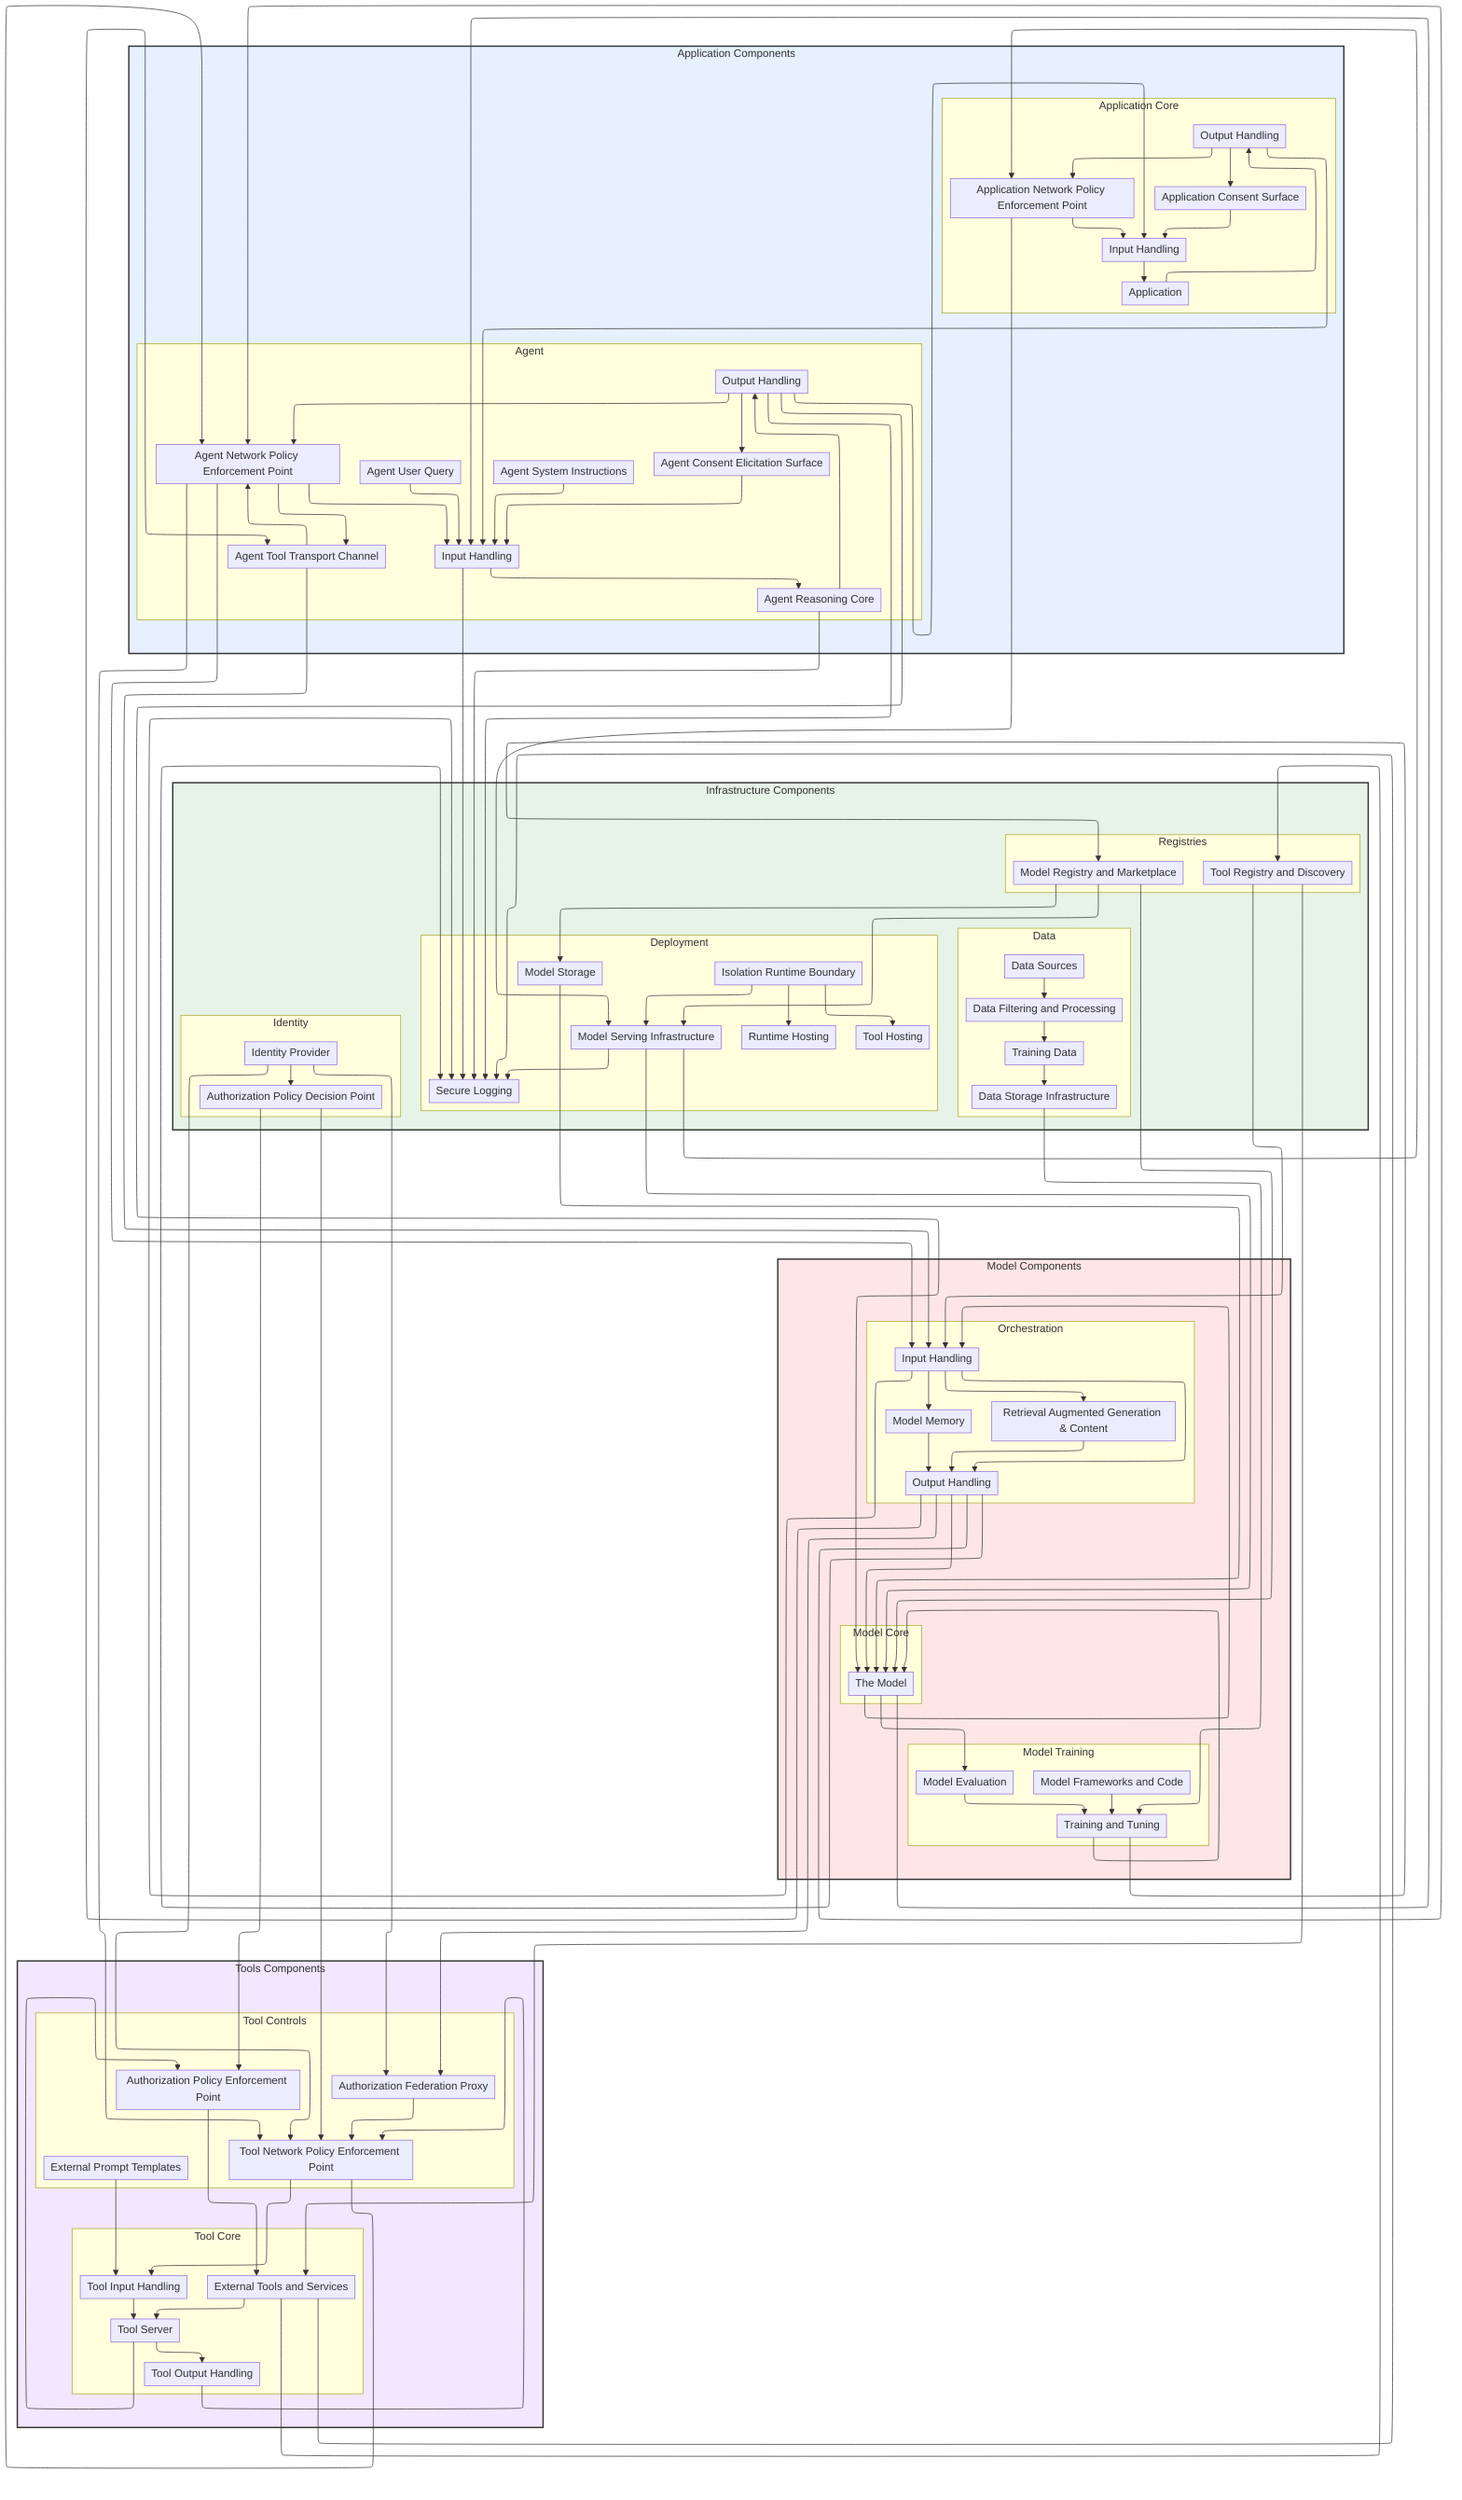
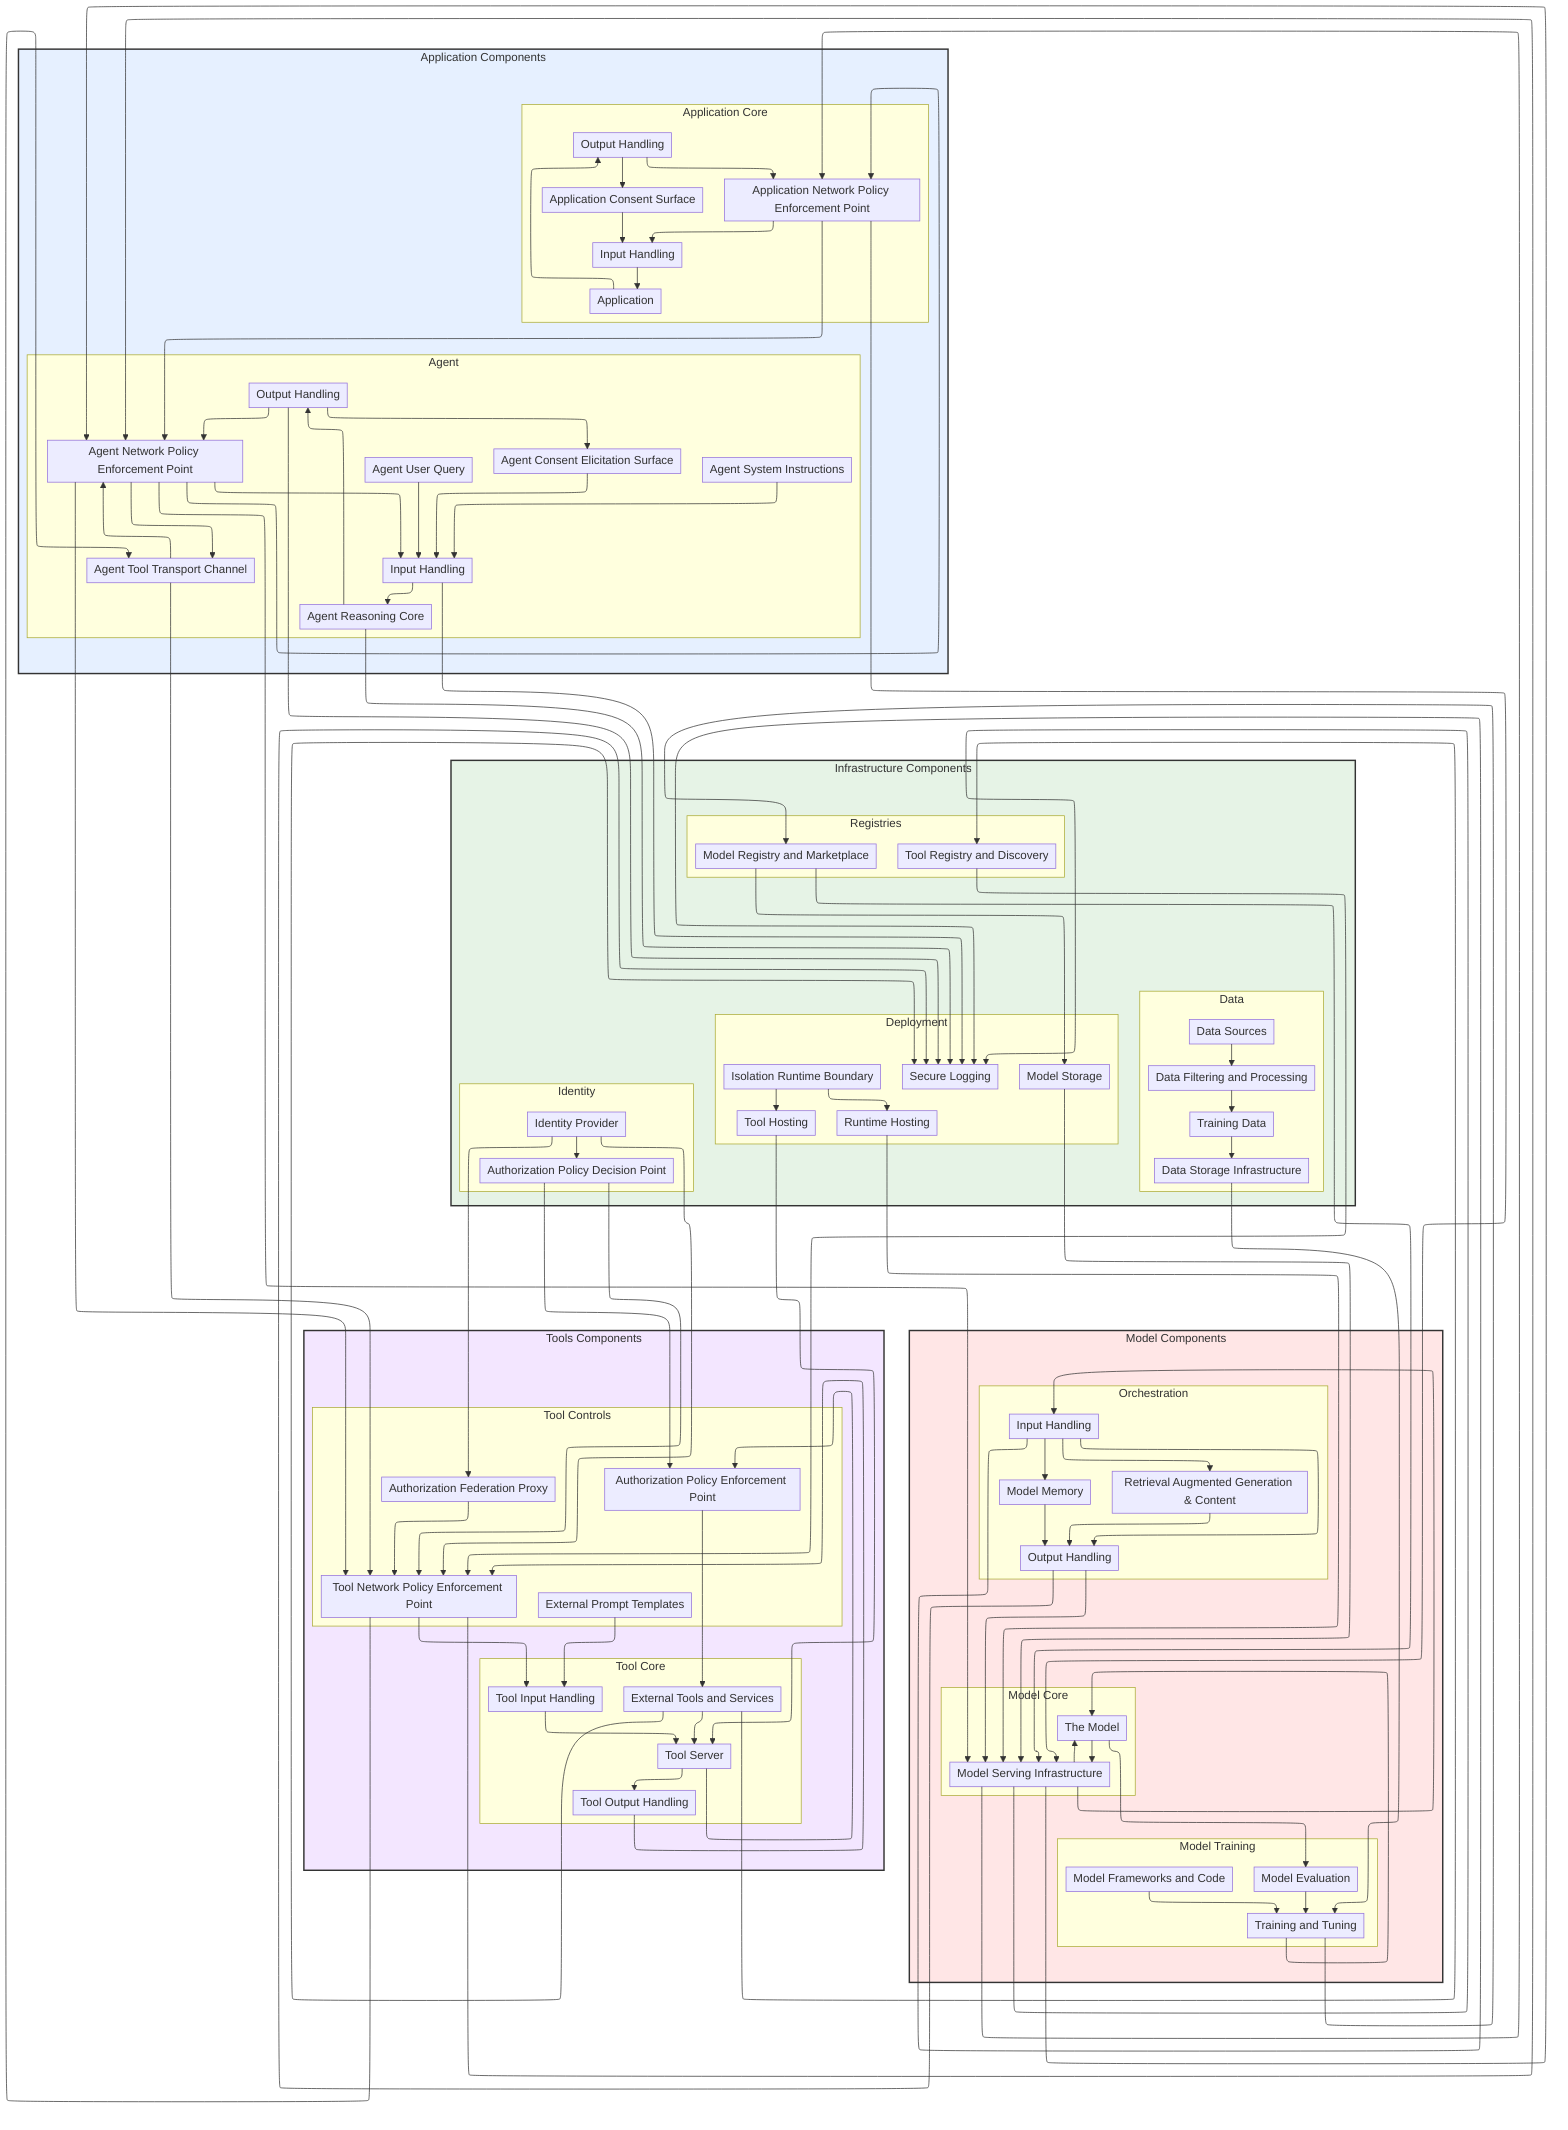
---
config:
  layout: elk
  elk:
    mergeEdges: False
    nodePlacementStrategy: BRANDES_KOEPF
---

graph TD
   %%{init: {'flowchart': {'nodeSpacing': 25, 'rankSpacing': 30, 'padding': 5, 'wrappingWidth': 250}}}%%
    classDef hidden display: none;
    classDef allControl stroke:#4285f4,stroke-width:2px,stroke-dasharray: 5 5

    subgraph componentsInfrastructure ["Infrastructure Components"]
        subgraph componentsData ["Data"]
            componentDataFilteringAndProcessing[Data Filtering and Processing]
            componentDataSources[Data Sources]
            componentDataStorage[Data Storage Infrastructure]
            componentTrainingData[Training Data]
        end
        subgraph componentsDeployment ["Deployment"]
            componentIsolationRuntime[Isolation Runtime Boundary]
-             componentModelServing[Model Serving Infrastructure]
            componentModelStorage[Model Storage]
            componentRuntimeHosting[Runtime Hosting]
            componentSecureLogging[Secure Logging]
            componentToolHosting[Tool Hosting]
        end
        subgraph componentsRegistries ["Registries"]
            componentModelRegistry[Model Registry and Marketplace]
            componentToolRegistry[Tool Registry and Discovery]
        end
        subgraph componentsIdentity ["Identity"]
            componentAuthorizationPolicyDecisionPoint[Authorization Policy Decision Point]
            componentIdentityProvider[Identity Provider]
        end
    end

    subgraph componentsModel ["Model Components"]
        subgraph componentsModelTraining ["Model Training"]
            componentModelEvaluation[Model Evaluation]
            componentModelFrameworksAndCode[Model Frameworks and Code]
            componentModelTrainingTuning[Training and Tuning]
        end
        subgraph componentsModelCore ["Model Core"]
+             componentModelServing[Model Serving Infrastructure]
            componentTheModel[The Model]
        end
        subgraph componentsOrchestration ["Orchestration"]
            componentMemory[Model Memory]
            componentOrchestrationInputHandling[Input Handling]
            componentOrchestrationOutputHandling[Output Handling]
            componentRAGContent[Retrieval Augmented Generation & Content]
        end
    end

    subgraph componentsApplication ["Application Components"]
        subgraph componentsApplicationCore ["Application Core"]
            componentApplication[Application]
            componentApplicationConsentSurface[Application Consent Surface]
            componentApplicationInputHandling[Input Handling]
            componentApplicationNetworkPolicyEnforcementPoint[Application Network Policy Enforcement Point]
            componentApplicationOutputHandling[Output Handling]
        end
        subgraph componentsAgent ["Agent"]
            componentAgentConsentSurface[Agent Consent Elicitation Surface]
            componentAgentInputHandling[Input Handling]
            componentAgentNetworkPolicyEnforcementPoint[Agent Network Policy Enforcement Point]
            componentAgentOutputHandling[Output Handling]
            componentAgentSystemInstruction[Agent System Instructions]
            componentAgentToolTransport[Agent Tool Transport Channel]
            componentAgentUserQuery[Agent User Query]
            componentReasoningCore[Agent Reasoning Core]
        end
    end

    subgraph componentsTools ["Tools Components"]
        subgraph componentsToolCore ["Tool Core"]
            componentToolInputHandling[Tool Input Handling]
            componentToolOutputHandling[Tool Output Handling]
            componentToolServer[Tool Server]
            componentTools[External Tools and Services]
        end
        subgraph componentsToolControls ["Tool Controls"]
            componentAuthorizationPolicyEnforcementPoint[Authorization Policy Enforcement Point]
            componentExternalPromptTemplate[External Prompt Templates]
            componentFederationProxy[Authorization Federation Proxy]
            componentToolNetworkPolicyEnforcementPoint[Tool Network Policy Enforcement Point]
        end
    end


    componentDataSources --> componentDataFilteringAndProcessing
    componentDataFilteringAndProcessing --> componentTrainingData
    componentTrainingData --> componentDataStorage
    componentDataStorage --> componentModelTrainingTuning
    componentModelFrameworksAndCode --> componentModelTrainingTuning
    componentModelEvaluation --> componentModelTrainingTuning
    componentModelTrainingTuning --> componentTheModel
    componentModelTrainingTuning --> componentModelRegistry
-     componentModelStorage --> componentTheModel
+     componentModelStorage --> componentModelServing
    componentModelServing --> componentTheModel
    componentModelServing --> componentSecureLogging
    componentModelServing --> componentApplicationNetworkPolicyEnforcementPoint
+     componentModelServing --> componentAgentNetworkPolicyEnforcementPoint
+     componentModelServing --> componentOrchestrationInputHandling
    componentModelRegistry --> componentModelServing
-     componentModelRegistry --> componentTheModel
    componentModelRegistry --> componentModelStorage
    componentTheModel --> componentModelEvaluation
-     componentTheModel --> componentAgentInputHandling
-     componentTheModel --> componentOrchestrationInputHandling
+     componentTheModel --> componentModelServing
    componentApplication --> componentApplicationOutputHandling
    componentApplicationOutputHandling --> componentApplicationNetworkPolicyEnforcementPoint
    componentApplicationOutputHandling --> componentApplicationConsentSurface
-     componentApplicationOutputHandling --> componentAgentInputHandling
    componentApplicationInputHandling --> componentApplication
    componentReasoningCore --> componentAgentOutputHandling
    componentReasoningCore --> componentSecureLogging
-     componentOrchestrationOutputHandling --> componentTheModel
    componentOrchestrationOutputHandling --> componentSecureLogging
-     componentOrchestrationOutputHandling --> componentAgentNetworkPolicyEnforcementPoint
-     componentOrchestrationOutputHandling --> componentAgentToolTransport
-     componentOrchestrationOutputHandling --> componentFederationProxy
+     componentOrchestrationOutputHandling --> componentModelServing
    componentOrchestrationInputHandling --> componentMemory
    componentOrchestrationInputHandling --> componentRAGContent
    componentOrchestrationInputHandling --> componentSecureLogging
    componentOrchestrationInputHandling --> componentOrchestrationOutputHandling
    componentTools --> componentToolServer
    componentTools --> componentToolRegistry
    componentTools --> componentSecureLogging
-     componentToolRegistry --> componentOrchestrationInputHandling
-     componentToolRegistry --> componentTools
+     componentToolRegistry --> componentToolNetworkPolicyEnforcementPoint
    componentMemory --> componentOrchestrationOutputHandling
    componentRAGContent --> componentOrchestrationOutputHandling
    componentAgentUserQuery --> componentAgentInputHandling
    componentAgentSystemInstruction --> componentAgentInputHandling
    componentAgentInputHandling --> componentReasoningCore
    componentAgentInputHandling --> componentSecureLogging
-     componentAgentOutputHandling --> componentApplicationInputHandling
-     componentAgentOutputHandling --> componentTheModel
    componentAgentOutputHandling --> componentAgentConsentSurface
    componentAgentOutputHandling --> componentAgentNetworkPolicyEnforcementPoint
    componentAgentOutputHandling --> componentSecureLogging
    componentIdentityProvider --> componentAuthorizationPolicyDecisionPoint
    componentIdentityProvider --> componentFederationProxy
    componentIdentityProvider --> componentToolNetworkPolicyEnforcementPoint
    componentAuthorizationPolicyDecisionPoint --> componentAuthorizationPolicyEnforcementPoint
    componentAuthorizationPolicyDecisionPoint --> componentToolNetworkPolicyEnforcementPoint
    componentExternalPromptTemplate --> componentToolInputHandling
    componentAgentConsentSurface --> componentAgentInputHandling
-     componentIsolationRuntime --> componentModelServing
    componentIsolationRuntime --> componentToolHosting
    componentIsolationRuntime --> componentRuntimeHosting
    componentToolServer --> componentToolOutputHandling
    componentToolServer --> componentAuthorizationPolicyEnforcementPoint
    componentAgentToolTransport --> componentAgentNetworkPolicyEnforcementPoint
-     componentAgentToolTransport --> componentOrchestrationInputHandling
+     componentAgentToolTransport --> componentToolNetworkPolicyEnforcementPoint
    componentFederationProxy --> componentToolNetworkPolicyEnforcementPoint
    componentAgentNetworkPolicyEnforcementPoint --> componentAgentInputHandling
-     componentAgentNetworkPolicyEnforcementPoint --> componentOrchestrationInputHandling
    componentAgentNetworkPolicyEnforcementPoint --> componentToolNetworkPolicyEnforcementPoint
    componentAgentNetworkPolicyEnforcementPoint --> componentAgentToolTransport
+     componentAgentNetworkPolicyEnforcementPoint --> componentModelServing
+     componentAgentNetworkPolicyEnforcementPoint --> componentApplicationNetworkPolicyEnforcementPoint
    componentAuthorizationPolicyEnforcementPoint --> componentTools
    componentToolNetworkPolicyEnforcementPoint --> componentAgentNetworkPolicyEnforcementPoint
+     componentToolNetworkPolicyEnforcementPoint --> componentAgentToolTransport
    componentToolNetworkPolicyEnforcementPoint --> componentToolInputHandling
    componentApplicationConsentSurface --> componentApplicationInputHandling
    componentApplicationNetworkPolicyEnforcementPoint --> componentApplicationInputHandling
    componentApplicationNetworkPolicyEnforcementPoint --> componentModelServing
+     componentApplicationNetworkPolicyEnforcementPoint --> componentAgentNetworkPolicyEnforcementPoint
+     componentToolHosting --> componentToolServer
+     componentRuntimeHosting --> componentModelServing
    componentToolInputHandling --> componentToolServer
    componentToolOutputHandling --> componentToolNetworkPolicyEnforcementPoint

%% Node style definitions
    style componentsInfrastructure fill:#e6f3e6,stroke:#333333,stroke-width:2px
    style componentsApplication fill:#e6f0ff,stroke:#333333,stroke-width:2px
    style componentsModel fill:#ffe6e6,stroke:#333333,stroke-width:2px
    style componentsTools fill:#f3e6ff,stroke:#333333,stroke-width:2px
